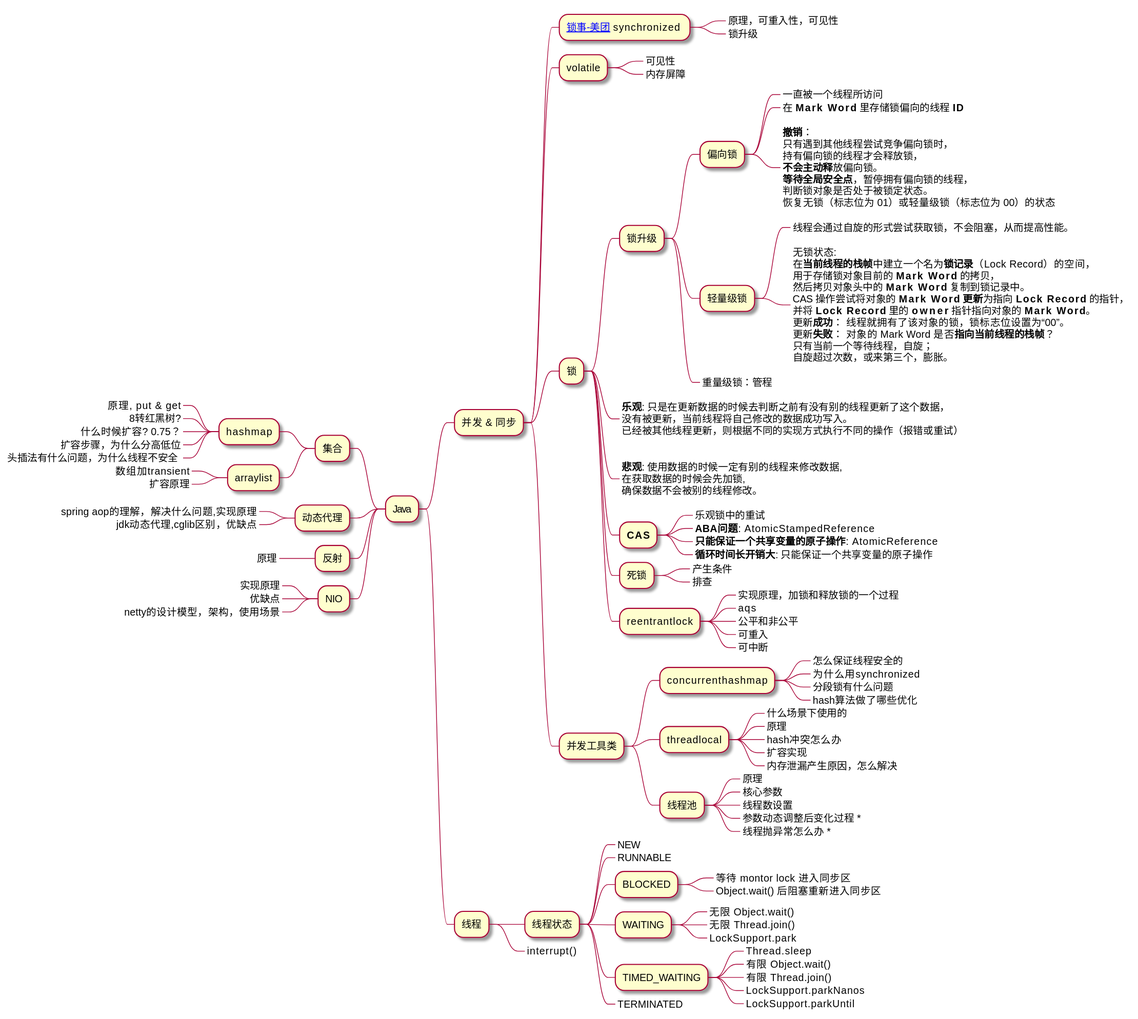
Before: assets/imgs/resume/java.svg, a diagram exported from PlantUML (Gh0st99/Gh0st99.github.io).
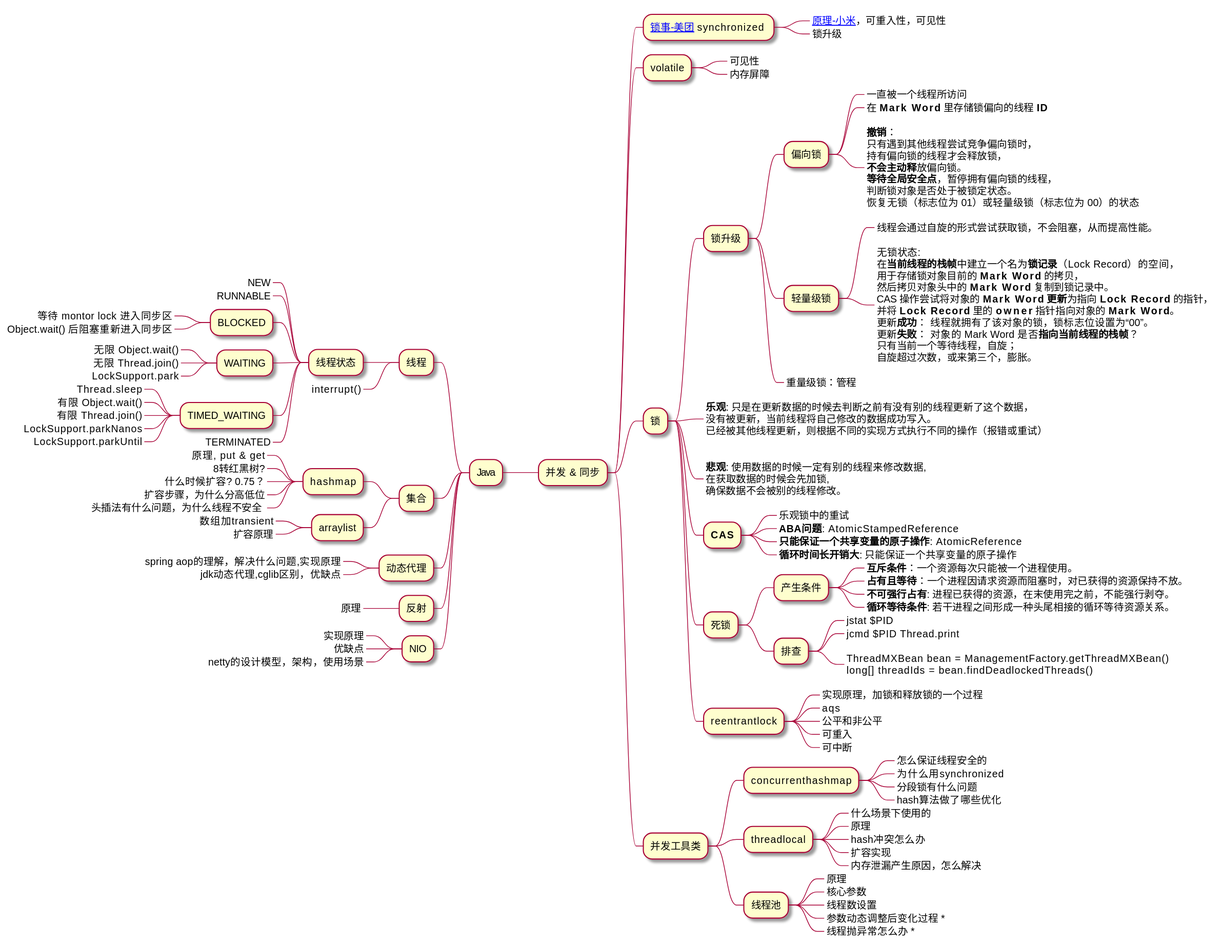
Above is the later version.

The edit, as a diff of the source:
```diff
@@ -4,7 +4,7 @@
 ** 并发 & 同步
 
 *** [[https://tech.meituan.com/2018/11/15/java-lock.html 锁事-美团]] synchronized
-****_ 原理，可重入性，可见性
+****_ [[https://xiaomi-info.github.io/2020/03/24/synchronized/ 原理-小米]]，可重入性，可见性
 ****_ 锁升级
 
 *** volatile
@@ -57,8 +57,18 @@
 *****_ **只能保证一个共享变量的原子操作**: AtomicReference
 *****_ **循环时间长开销大**: 只能保证一个共享变量的原子操作
 **** 死锁
-*****_ 产生条件
-*****_ 排查
+***** 产生条件
+******_  **互斥条件**：一个资源每次只能被一个进程使用。
+******_ **占有且等待**：一个进程因请求资源而阻塞时，对已获得的资源保持不放。
+******_ **不可强行占有**: 进程已获得的资源，在末使用完之前，不能强行剥夺。
+******_ **循环等待条件**: 若干进程之间形成一种头尾相接的循环等待资源关系。
+***** 排查
+******_ jstat $PID
+******_ jcmd $PID Thread.print
+******_:
+ThreadMXBean bean = ManagementFactory.getThreadMXBean()
+long[] threadIds = bean.findDeadlockedThreads()
+;
 **** reentrantlock
 *****_ 实现原理，加锁和释放锁的一个过程
 *****_ aqs
@@ -86,6 +96,8 @@
 *****_ 线程抛异常怎么办 *
 
 
+left side
+
 ** 线程
 *** 线程状态
 ****_ NEW
@@ -107,7 +119,6 @@
 
 ***_ interrupt()
 
-left side
 ** 集合
 
 *** hashmap
```
